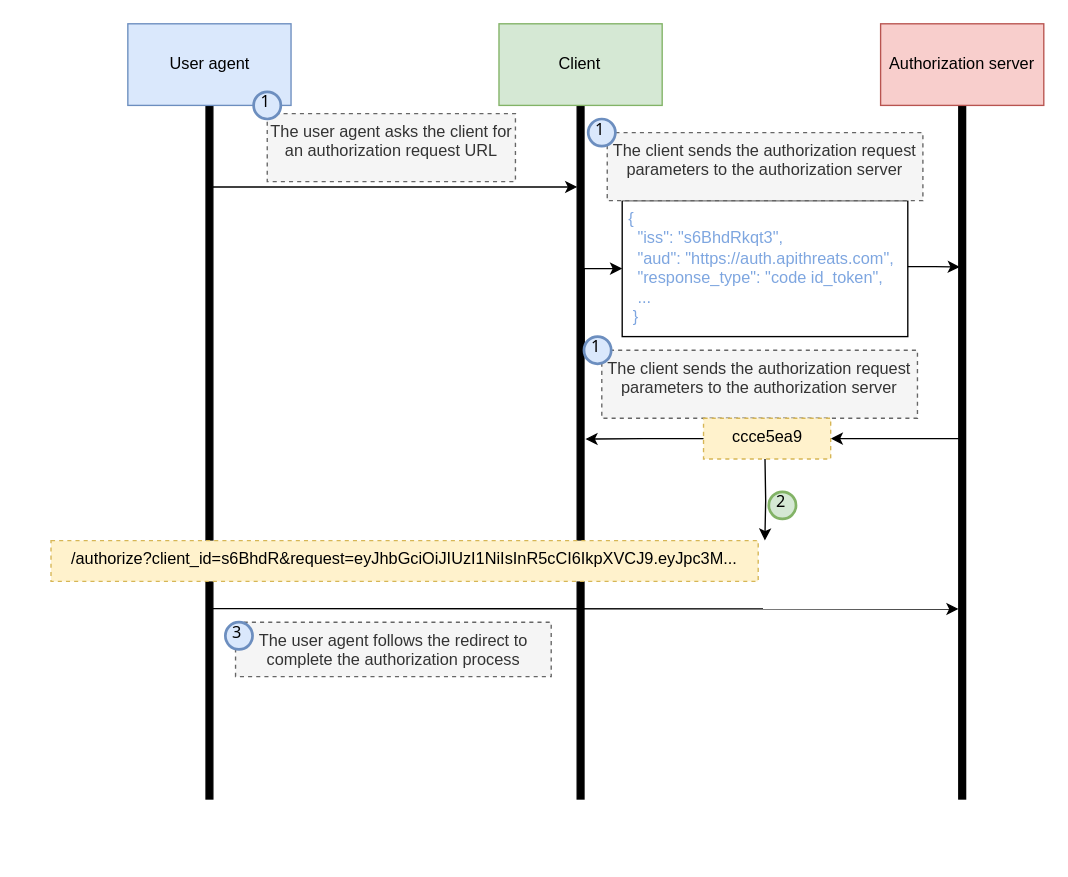
abunuwas/api-sec-book-imgs keeps this draw.io diagram as page "10.13" (13 of 14) of ch10.drawio. Above is the earlier version. Source tidied: cells renumbered, new cells numbered last; positions are measured from the earlier drawing's top-left corner, leaving out a move shared by most shapes. Both pictures are drawn from the tidied source at 136%, with x=0, y=0 at pixel (50, 23).
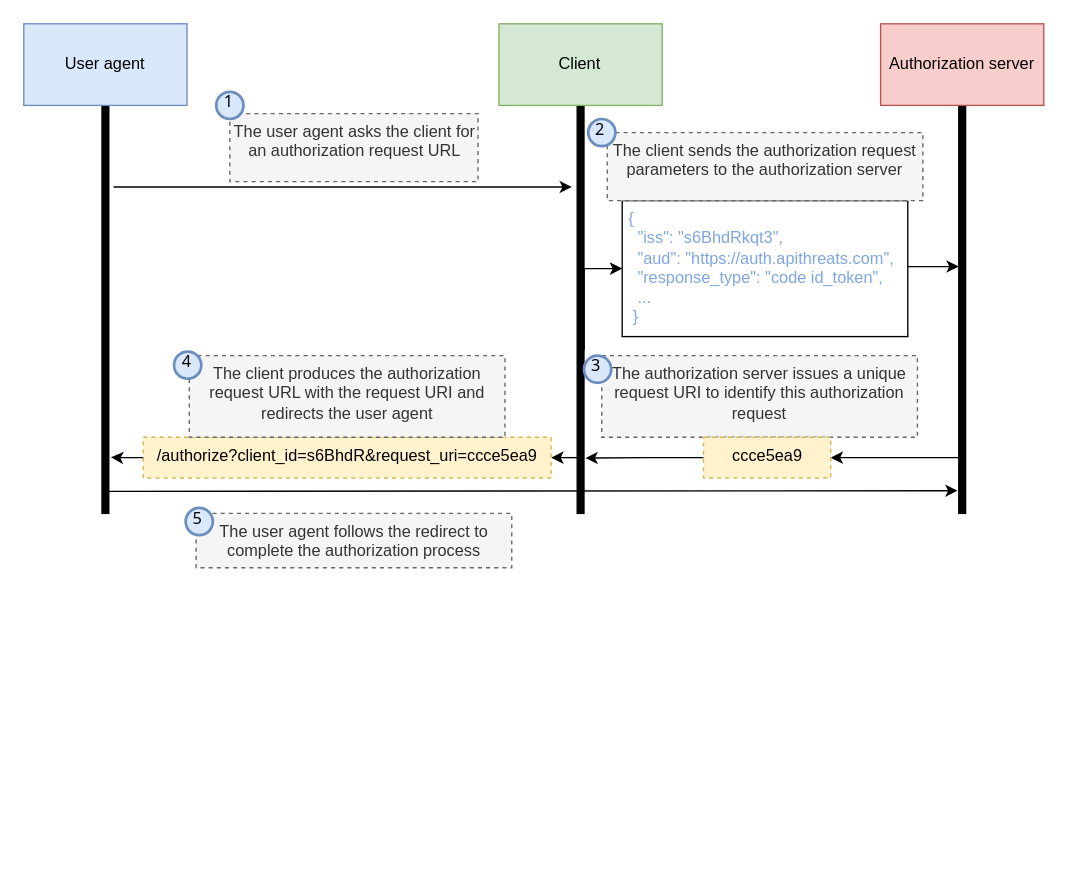
The same page after the edit.

Unchanged cells that the change refers to:
```xml
<mxCell id="15" value="{&#10;  &quot;iss&quot;: &quot;s6BhdRkqt3&quot;,&#10;  &quot;aud&quot;: &quot;https://auth.apithreats.com&quot;,&#10;  &quot;response_type&quot;: &quot;code id_token&quot;,&#10;  ...&#10; }" style="text;whiteSpace=wrap;fontColor=#7EA6E0;" parent="1" vertex="1">
  <mxGeometry x="423" y="130" width="207" height="97" as="geometry" />
</mxCell>
```

Change to the diagram source:
```diff
@@
-    <mxCell id="2" style="rounded=0;whiteSpace=wrap;html=1;strokeColor=none;" parent="1" vertex="1">
-      <mxGeometry x="39" y="440" width="630" height="170" as="geometry" />
-    </mxCell>
     <mxCell id="3" style="rounded=0;whiteSpace=wrap;html=1;fillColor=#000000;" parent="1" vertex="1">
-      <mxGeometry x="114" y="60" width="5" height="510" as="geometry" />
+      <mxGeometry x="37.5" y="60" width="5" height="300" as="geometry" />
     </mxCell>
-    <mxCell id="4" style="edgeStyle=orthogonalEdgeStyle;rounded=0;jettySize=auto;html=1;entryX=1;entryY=0.5;entryDx=0;entryDy=0;" parent="1" edge="1" source="5" target="25">
+    <mxCell id="4" style="edgeStyle=orthogonalEdgeStyle;rounded=0;jettySize=auto;html=1;entryX=1;entryY=0.5;entryDx=0;entryDy=0;" parent="1" edge="1" target="25">
       <mxGeometry relative="1" as="geometry">
+        <mxPoint x="667.5" y="319" as="sourcePoint" />
         <Array as="points">
-          <mxPoint x="640" y="305" />
-          <mxPoint x="640" y="305" />
+          <mxPoint x="640" y="319" />
+          <mxPoint x="640" y="319" />
         </Array>
       </mxGeometry>
     </mxCell>
     <mxCell id="5" style="rounded=0;whiteSpace=wrap;html=1;fillColor=#000000;" parent="1" vertex="1">
-      <mxGeometry x="667.5" y="60" width="5" height="510" as="geometry" />
+      <mxGeometry x="667.5" y="60" width="5" height="300" as="geometry" />
     </mxCell>
@@
+    <mxCell id="29" style="edgeStyle=orthogonalEdgeStyle;rounded=0;jettySize=auto;html=1;entryX=1;entryY=0.5;entryDx=0;entryDy=0;" parent="1" edge="1" target="16">
+      <mxGeometry relative="1" as="geometry">
+        <mxPoint x="387" y="319" as="sourcePoint" />
+        <Array as="points">
+          <mxPoint x="380" y="319" />
+          <mxPoint x="380" y="319" />
+        </Array>
+      </mxGeometry>
+    </mxCell>
     <mxCell id="7" style="rounded=0;whiteSpace=wrap;html=1;fillColor=#000000;" parent="1" vertex="1">
-      <mxGeometry x="386.9" y="60" width="5" height="510" as="geometry" />
+      <mxGeometry x="386.9" y="60" width="5" height="300" as="geometry" />
     </mxCell>
@@
     <mxCell id="10" value="User agent" style="rounded=0;whiteSpace=wrap;html=1;fillColor=#dae8fc;strokeColor=#6c8ebf;" parent="1" vertex="1">
-      <mxGeometry x="56.5" width="120" height="60" as="geometry" />
+      <mxGeometry x="-20" width="120" height="60" as="geometry" />
     </mxCell>
     <mxCell id="11" style="endArrow=classic;html=1;rounded=0;" parent="1" edge="1">
       <mxGeometry relative="1" as="geometry">
-        <mxPoint x="119" y="120" as="sourcePoint" />
-        <mxPoint x="387" y="120" as="targetPoint" />
+        <mxPoint x="46" y="120" as="sourcePoint" />
+        <mxPoint x="383" y="120" as="targetPoint" />
       </mxGeometry>
     </mxCell>
     <mxCell id="12" value="The user agent asks the client for an authorization request URL" style="text;whiteSpace=wrap;html=1;spacing=2;strokeColor=#666666;dashed=1;fillColor=#f5f5f5;align=center;fontColor=#333333;" parent="1" vertex="1">
-      <mxGeometry x="159" y="66" width="182.5" height="50" as="geometry" />
+      <mxGeometry x="131.5" y="66" width="182.5" height="50" as="geometry" />
     </mxCell>
     <mxCell id="13" value="1" style="ellipse;whiteSpace=wrap;html=1;strokeWidth=2;fontFamily=Tahoma;spacingBottom=4;spacingRight=2;strokeColor=#6c8ebf;fillColor=#dae8fc;" parent="1" vertex="1">
-      <mxGeometry x="149" y="50" width="20" height="20" as="geometry" />
+      <mxGeometry x="121.5" y="50" width="20" height="20" as="geometry" />
     </mxCell>
@@
-    <mxCell id="16" value="/authorize?client_id=&lt;span style=&quot;background-color: transparent; color: light-dark(rgb(0, 0, 0), rgb(255, 255, 255));&quot;&gt;s6BhdR&amp;amp;&lt;/span&gt;&lt;span style=&quot;background-color: transparent; color: light-dark(rgb(0, 0, 0), rgb(255, 255, 255));&quot;&gt;request=eyJhbGciOiJIUzI1NiIsInR5cCI6IkpXVCJ9.eyJpc3M...&lt;/span&gt;" style="text;whiteSpace=wrap;html=1;spacing=2;strokeColor=#d6b656;dashed=1;fillColor=#fff2cc;align=center;" parent="1" vertex="1">
-      <mxGeometry y="380" width="520" height="30" as="geometry" />
+    <mxCell id="16" value="/authorize?client_id=&lt;span style=&quot;background-color: transparent; color: light-dark(rgb(0, 0, 0), rgb(255, 255, 255));&quot;&gt;s6BhdR&amp;amp;&lt;/span&gt;&lt;span style=&quot;background-color: transparent; color: light-dark(rgb(0, 0, 0), rgb(255, 255, 255));&quot;&gt;request_uri=&lt;/span&gt;ccce5ea9" style="text;whiteSpace=wrap;html=1;spacing=2;strokeColor=#d6b656;dashed=1;fillColor=#fff2cc;align=center;" parent="1" vertex="1">
+      <mxGeometry x="67.8" y="304" width="300" height="30" as="geometry" />
     </mxCell>
-    <mxCell id="17" style="edgeStyle=orthogonalEdgeStyle;rounded=0;orthogonalLoop=1;jettySize=auto;html=1;entryX=0.481;entryY=0.098;entryDx=0;entryDy=0;entryPerimeter=0;" parent="1" edge="1">
-      <mxGeometry relative="1" as="geometry">
-        <mxPoint x="525" y="320" as="sourcePoint" />
-        <mxPoint x="524.9" y="380" as="targetPoint" />
-      </mxGeometry>
-    </mxCell>
@@
-    <mxCell id="19" value="2" style="ellipse;whiteSpace=wrap;html=1;strokeWidth=2;fontFamily=Tahoma;spacingBottom=4;spacingRight=2;strokeColor=#82b366;fillColor=#d5e8d4;" parent="1" vertex="1">
-      <mxGeometry x="527.8" y="344.1" width="20" height="20" as="geometry" />
-    </mxCell>
-    <mxCell id="20" style="endArrow=classic;html=1;rounded=0;entryX=-0.035;entryY=0.726;entryDx=0;entryDy=0;entryPerimeter=0;" parent="1" edge="1" target="5">
+    <mxCell id="20" style="endArrow=classic;html=1;rounded=0;entryX=-0.189;entryY=0.528;entryDx=0;entryDy=0;entryPerimeter=0;exitX=0.811;exitY=0.529;exitDx=0;exitDy=0;exitPerimeter=0;" parent="1" edge="1">
       <mxGeometry relative="1" as="geometry">
-        <mxPoint x="117.8" y="430" as="sourcePoint" />
+        <mxPoint x="41.6" y="343.8" as="sourcePoint" />
+        <mxPoint x="666.6" y="343.3" as="targetPoint" />
       </mxGeometry>
     </mxCell>
-    <mxCell id="21" value="The user agent follows the redirect to complete the authorization process" style="text;whiteSpace=wrap;html=1;spacing=2;strokeColor=#666666;dashed=1;fillColor=#f5f5f5;align=center;fontColor=#333333;" parent="1" vertex="1">
-      <mxGeometry x="135.7" y="440" width="232.1" height="40" as="geometry" />
-    </mxCell>
-    <mxCell id="22" value="3" style="ellipse;whiteSpace=wrap;html=1;strokeWidth=2;fontFamily=Tahoma;spacingBottom=4;spacingRight=2;strokeColor=#6c8ebf;fillColor=#dae8fc;" parent="1" vertex="1">
-      <mxGeometry x="128.2" y="440" width="20" height="20" as="geometry" />
-    </mxCell>
-    <mxCell id="23" style="edgeStyle=orthogonalEdgeStyle;rounded=0;jettySize=auto;html=1;entryX=0.167;entryY=0.233;entryDx=0;entryDy=0;entryPerimeter=0;" parent="1" edge="1" source="15" target="5">
-      <mxGeometry relative="1" as="geometry" />
-    </mxCell>
-    <mxCell id="24" value="The client sends the authorization request parameters to the authorization server" style="text;whiteSpace=wrap;html=1;spacing=2;strokeColor=#666666;dashed=1;fillColor=#f5f5f5;align=center;fontColor=#333333;" parent="1" vertex="1">
-      <mxGeometry x="405" y="240" width="232.1" height="50" as="geometry" />
+    <mxCell id="24" value="The authorization server issues a unique request URI to identify this authorization request" style="text;whiteSpace=wrap;html=1;spacing=2;strokeColor=#666666;dashed=1;fillColor=#f5f5f5;align=center;fontColor=#333333;" parent="1" vertex="1">
+      <mxGeometry x="405" y="244" width="232.1" height="60" as="geometry" />
     </mxCell>
     <mxCell id="25" value="ccce5ea9" style="text;whiteSpace=wrap;html=1;spacing=2;strokeColor=#d6b656;dashed=1;fillColor=#fff2cc;align=center;" parent="1" vertex="1">
-      <mxGeometry x="479.8" y="290" width="93.5" height="30" as="geometry" />
+      <mxGeometry x="479.8" y="304" width="93.5" height="30" as="geometry" />
     </mxCell>
-    <mxCell id="26" style="edgeStyle=orthogonalEdgeStyle;rounded=0;jettySize=auto;html=1;entryX=1.21;entryY=0.481;entryDx=0;entryDy=0;entryPerimeter=0;" parent="1" edge="1" source="25" target="7">
-      <mxGeometry relative="1" as="geometry" />
+    <mxCell id="26" style="edgeStyle=orthogonalEdgeStyle;rounded=0;jettySize=auto;html=1;entryX=1.21;entryY=0.481;entryDx=0;entryDy=0;entryPerimeter=0;" parent="1" edge="1" source="25">
+      <mxGeometry relative="1" as="geometry">
+        <mxPoint x="393" y="319.3" as="targetPoint" />
+      </mxGeometry>
     </mxCell>
-    <mxCell id="27" value="1" style="ellipse;whiteSpace=wrap;html=1;strokeWidth=2;fontFamily=Tahoma;spacingBottom=4;spacingRight=2;strokeColor=#6c8ebf;fillColor=#dae8fc;" parent="1" vertex="1">
+    <mxCell id="27" value="2" style="ellipse;whiteSpace=wrap;html=1;strokeWidth=2;fontFamily=Tahoma;spacingBottom=4;spacingRight=2;strokeColor=#6c8ebf;fillColor=#dae8fc;" parent="1" vertex="1">
       <mxGeometry x="395" y="70" width="20" height="20" as="geometry" />
     </mxCell>
-    <mxCell id="28" value="1" style="ellipse;whiteSpace=wrap;html=1;strokeWidth=2;fontFamily=Tahoma;spacingBottom=4;spacingRight=2;strokeColor=#6c8ebf;fillColor=#dae8fc;" parent="1" vertex="1">
-      <mxGeometry x="391.9" y="230" width="20" height="20" as="geometry" />
+    <mxCell id="28" value="3" style="ellipse;whiteSpace=wrap;html=1;strokeWidth=2;fontFamily=Tahoma;spacingBottom=4;spacingRight=2;strokeColor=#6c8ebf;fillColor=#dae8fc;" parent="1" vertex="1">
+      <mxGeometry x="391.9" y="244" width="20" height="20" as="geometry" />
     </mxCell>
+    <mxCell id="30" style="edgeStyle=orthogonalEdgeStyle;rounded=0;jettySize=auto;html=1;entryX=1.322;entryY=0.48;entryDx=0;entryDy=0;entryPerimeter=0;" parent="1" edge="1" source="16">
+      <mxGeometry relative="1" as="geometry">
+        <mxPoint x="44.1" y="318.8" as="targetPoint" />
+      </mxGeometry>
+    </mxCell>
+    <mxCell id="31" value="The client produces the authorization request URL with the request URI and redirects the user agent" style="text;whiteSpace=wrap;html=1;spacing=2;strokeColor=#666666;dashed=1;fillColor=#f5f5f5;align=center;fontColor=#333333;" parent="1" vertex="1">
+      <mxGeometry x="101.7" y="244" width="232.1" height="60" as="geometry" />
+    </mxCell>
+    <mxCell id="32" value="4" style="ellipse;whiteSpace=wrap;html=1;strokeWidth=2;fontFamily=Tahoma;spacingBottom=4;spacingRight=2;strokeColor=#6c8ebf;fillColor=#dae8fc;" parent="1" vertex="1">
+      <mxGeometry x="90.5" y="241" width="20" height="20" as="geometry" />
+    </mxCell>
+    <mxCell id="21" value="The user agent follows the redirect to complete the authorization process" style="text;whiteSpace=wrap;html=1;spacing=2;strokeColor=#666666;dashed=1;fillColor=#f5f5f5;align=center;fontColor=#333333;" parent="1" vertex="1">
+      <mxGeometry x="106.7" y="360" width="232.1" height="40" as="geometry" />
+    </mxCell>
+    <mxCell id="22" value="5" style="ellipse;whiteSpace=wrap;html=1;strokeWidth=2;fontFamily=Tahoma;spacingBottom=4;spacingRight=2;strokeColor=#6c8ebf;fillColor=#dae8fc;" parent="1" vertex="1">
+      <mxGeometry x="99" y="356" width="20" height="20" as="geometry" />
+    </mxCell>
+    <mxCell id="23" style="edgeStyle=orthogonalEdgeStyle;rounded=0;jettySize=auto;html=1;entryX=-0.013;entryY=0.395;entryDx=0;entryDy=0;entryPerimeter=0;" parent="1" edge="1" source="15" target="5">
+      <mxGeometry relative="1" as="geometry" />
+    </mxCell>
```
